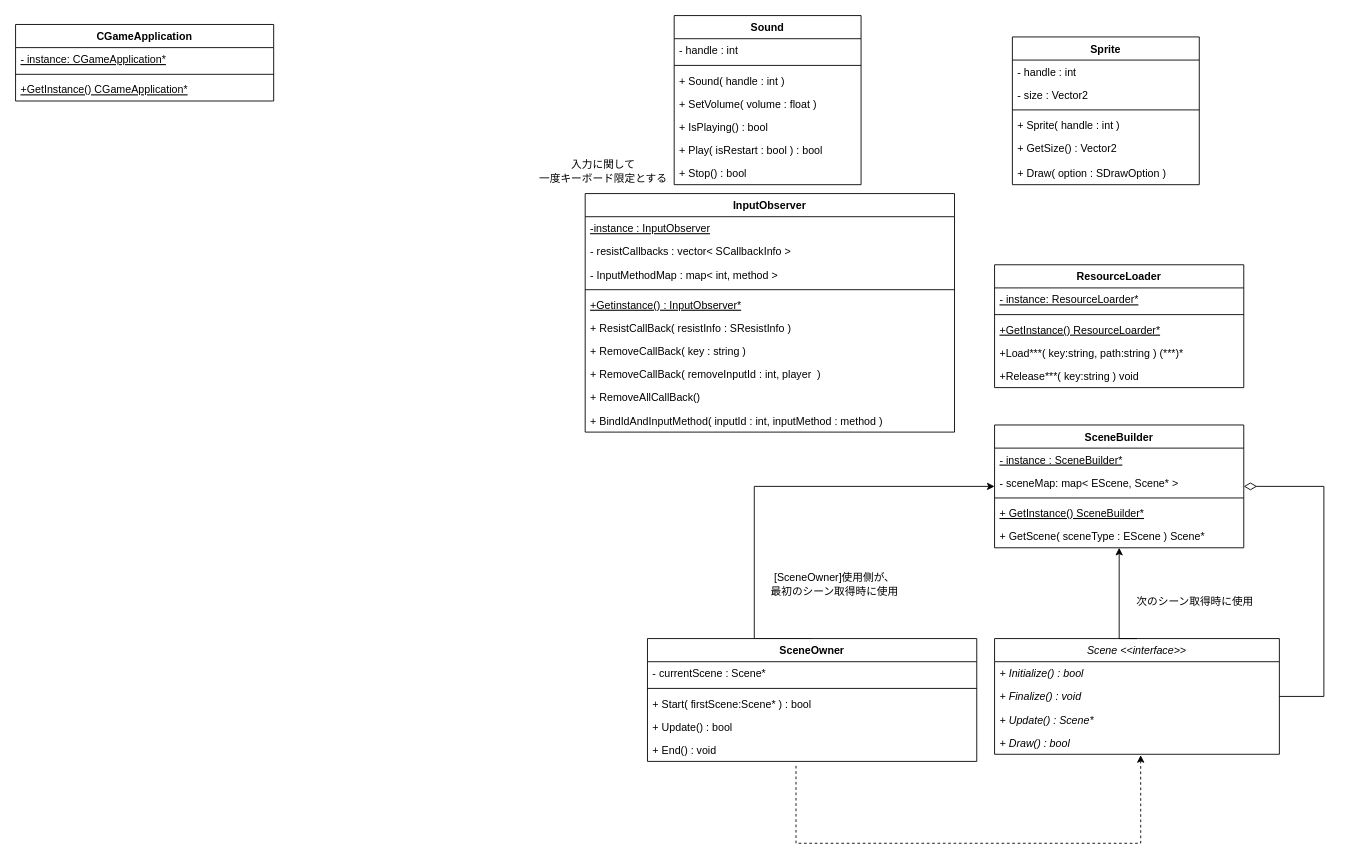
Above: 設計っぽいの.drawio in naturemas53/DXLib_Game (draw.io), before the change. Source tidied: cells renumbered, new cells numbered last; positions are measured from the earlier drawing's top-left corner, leaving out a move shared by most shapes. Both pictures are drawn from the tidied source at 89%, with x=0, y=0 at pixel (15, 15).
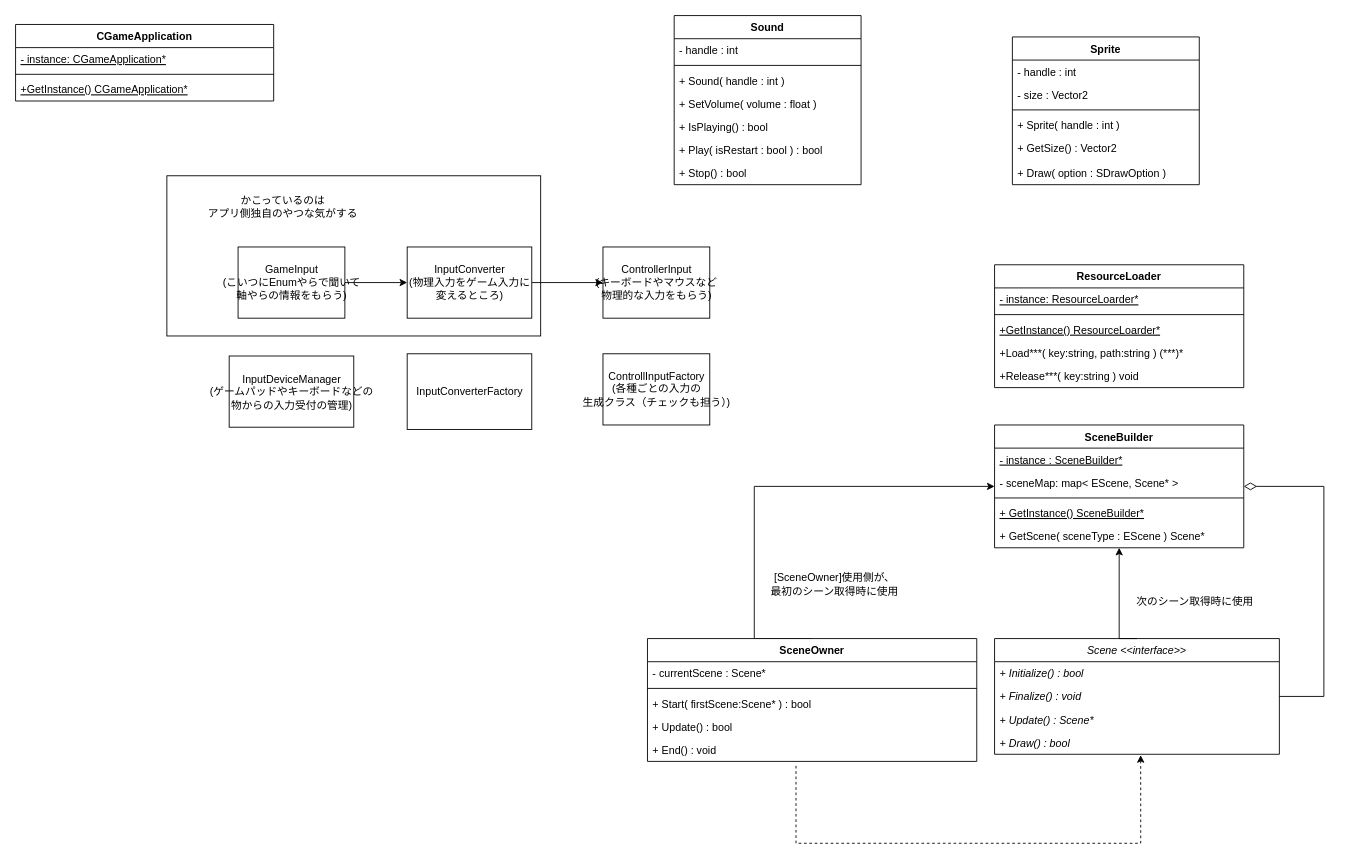
The same page after the edit.

Commit message (it also covers changes not shown here):
入力に関して、よさげな設計で来たんで今のうちにコミットマン

The edit, as a diff of the source:
```diff
@@
-    <mxCell id="46" value="InputObserver" style="swimlane;fontStyle=1;align=center;verticalAlign=top;horizontal=1;startSize=26;" parent="1" vertex="1">
-      <mxGeometry x="640" y="200" width="415" height="268" as="geometry" />
-    </mxCell>
-    <mxCell id="47" value="-instance : InputObserver" style="text;strokeColor=none;fillColor=none;align=left;verticalAlign=top;spacingLeft=4;spacingRight=4;overflow=hidden;fontStyle=4;" parent="46" vertex="1">
-      <mxGeometry y="26" width="415" height="26" as="geometry" />
-    </mxCell>
-    <mxCell id="48" value="- resistCallbacks : vector&lt; SCallbackInfo &gt;" style="text;strokeColor=none;fillColor=none;align=left;verticalAlign=top;spacingLeft=4;spacingRight=4;overflow=hidden;fontStyle=0;" parent="46" vertex="1">
-      <mxGeometry y="52" width="415" height="26" as="geometry" />
-    </mxCell>
-    <mxCell id="49" value="- InputMethodMap : map&lt; int, method &gt;" style="text;strokeColor=none;fillColor=none;align=left;verticalAlign=top;spacingLeft=4;spacingRight=4;overflow=hidden;fontStyle=0;" parent="46" vertex="1">
-      <mxGeometry y="78" width="415" height="26" as="geometry" />
-    </mxCell>
-    <mxCell id="50" style="line;strokeWidth=1;fillColor=none;align=left;verticalAlign=middle;spacingTop=-1;spacingLeft=3;spacingRight=3;labelPosition=right;" parent="46" vertex="1">
-      <mxGeometry y="104" width="415" height="8" as="geometry" />
-    </mxCell>
-    <mxCell id="51" value="+Getinstance() : InputObserver*" style="text;strokeColor=none;fillColor=none;align=left;verticalAlign=top;spacingLeft=4;spacingRight=4;overflow=hidden;fontStyle=4;" parent="46" vertex="1">
-      <mxGeometry y="112" width="415" height="26" as="geometry" />
-    </mxCell>
-    <mxCell id="52" value="+ ResistCallBack( resistInfo : SResistInfo )" style="text;strokeColor=none;fillColor=none;align=left;verticalAlign=top;spacingLeft=4;spacingRight=4;overflow=hidden;fontStyle=0;" parent="46" vertex="1">
-      <mxGeometry y="138" width="415" height="26" as="geometry" />
-    </mxCell>
-    <mxCell id="53" value="+ RemoveCallBack( key : string )" style="text;strokeColor=none;fillColor=none;align=left;verticalAlign=top;spacingLeft=4;spacingRight=4;overflow=hidden;fontStyle=0;" parent="46" vertex="1">
-      <mxGeometry y="164" width="415" height="26" as="geometry" />
-    </mxCell>
-    <mxCell id="54" value="+ RemoveCallBack( removeInputId : int, player  )" style="text;strokeColor=none;fillColor=none;align=left;verticalAlign=top;spacingLeft=4;spacingRight=4;overflow=hidden;fontStyle=0;" parent="46" vertex="1">
-      <mxGeometry y="190" width="415" height="26" as="geometry" />
-    </mxCell>
-    <mxCell id="55" value="+ RemoveAllCallBack()" style="text;strokeColor=none;fillColor=none;align=left;verticalAlign=top;spacingLeft=4;spacingRight=4;overflow=hidden;fontStyle=0;" parent="46" vertex="1">
-      <mxGeometry y="216" width="415" height="26" as="geometry" />
-    </mxCell>
-    <mxCell id="56" value="+ BindIdAndInputMethod( inputId : int, inputMethod : method )" style="text;strokeColor=none;fillColor=none;align=left;verticalAlign=top;spacingLeft=4;spacingRight=4;overflow=hidden;fontStyle=0;" parent="46" vertex="1">
-      <mxGeometry y="242" width="415" height="26" as="geometry" />
-    </mxCell>
-    <mxCell id="57" value="入力に関して&lt;br&gt;一度キーボード限定とする" style="text;html=1;align=center;verticalAlign=middle;" parent="1" vertex="1">
-      <mxGeometry x="580" y="160" width="160" height="30" as="geometry" />
-    </mxCell>
@@
+    <mxCell id="62" style="edgeStyle=orthogonalEdgeStyle;rounded=0;jettySize=auto;html=1;exitX=1;exitY=0.5;exitDx=0;exitDy=0;entryX=0;entryY=0.5;entryDx=0;entryDy=0;" parent="1" edge="1" source="63" target="67">
+      <mxGeometry relative="1" as="geometry" />
+    </mxCell>
+    <mxCell id="63" value="GameInput&lt;br&gt;(こいつにEnumやらで聞いて&lt;br&gt;軸やらの情報をもらう)" style="html=1;" parent="1" vertex="1">
+      <mxGeometry x="250" y="260" width="120" height="80" as="geometry" />
+    </mxCell>
+    <mxCell id="64" value="ControllerInput&lt;br&gt;(キーボードやマウスなど&lt;br&gt;物理的な入力をもらう)" style="html=1;" parent="1" vertex="1">
+      <mxGeometry x="660" y="260" width="120" height="80" as="geometry" />
+    </mxCell>
+    <mxCell id="65" value="ControllInputFactory&lt;br&gt;(各種ごとの入力の&lt;br&gt;生成クラス（チェックも担う）)" style="html=1;" parent="1" vertex="1">
+      <mxGeometry x="660" y="380" width="120" height="80" as="geometry" />
+    </mxCell>
+    <mxCell id="66" style="edgeStyle=orthogonalEdgeStyle;rounded=0;jettySize=auto;html=1;exitX=1;exitY=0.5;exitDx=0;exitDy=0;" parent="1" edge="1" source="67" target="64">
+      <mxGeometry relative="1" as="geometry" />
+    </mxCell>
+    <mxCell id="67" value="InputConverter&lt;br&gt;(物理入力をゲーム入力に&lt;br&gt;変えるところ)" style="html=1;" parent="1" vertex="1">
+      <mxGeometry x="440" y="260" width="140" height="80" as="geometry" />
+    </mxCell>
+    <mxCell id="68" value="InputConverterFactory" style="html=1;" parent="1" vertex="1">
+      <mxGeometry x="440" y="380" width="140" height="85" as="geometry" />
+    </mxCell>
+    <mxCell id="69" value="InputDeviceManager&lt;br&gt;(ゲームパッドやキーボードなどの&lt;br&gt;物からの入力受付の管理)" style="html=1;" parent="1" vertex="1">
+      <mxGeometry x="240" y="382.5" width="140" height="80" as="geometry" />
+    </mxCell>
+    <mxCell id="70" style="rounded=0;whiteSpace=wrap;html=1;fillColor=none;" parent="1" vertex="1">
+      <mxGeometry x="170" y="180" width="420" height="180" as="geometry" />
+    </mxCell>
+    <mxCell id="71" value="かこっているのは&lt;br&gt;アプリ側独自のやつな気がする" style="text;html=1;align=center;verticalAlign=middle;" parent="1" vertex="1">
+      <mxGeometry x="210" y="200" width="180" height="30" as="geometry" />
+    </mxCell>
```
